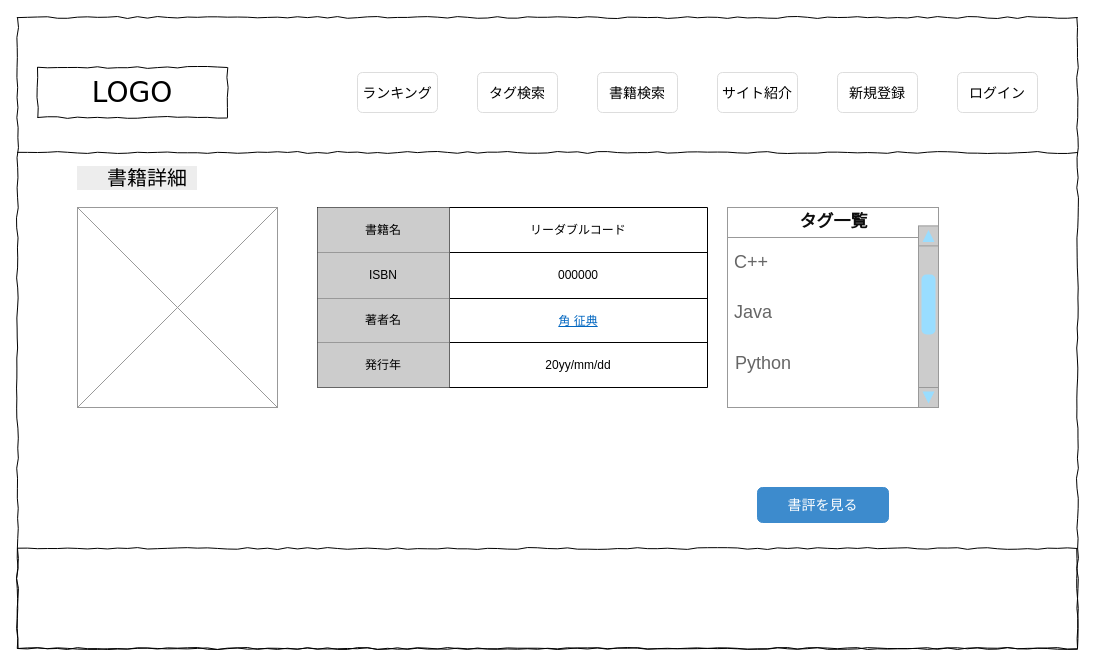
The draw.io diagram page "書籍詳細" (3 of 21) of wire_TechnicalBookReviewers_user.drawio in MitsuruYako/TechnicalBookReviewers, before the edit. Source tidied: cells renumbered, new cells numbered last; positions are measured from the earlier drawing's top-left corner, leaving out a move shared by most shapes. Both pictures are drawn from the tidied source at 100%, with x=0, y=0 at pixel (17, 17).
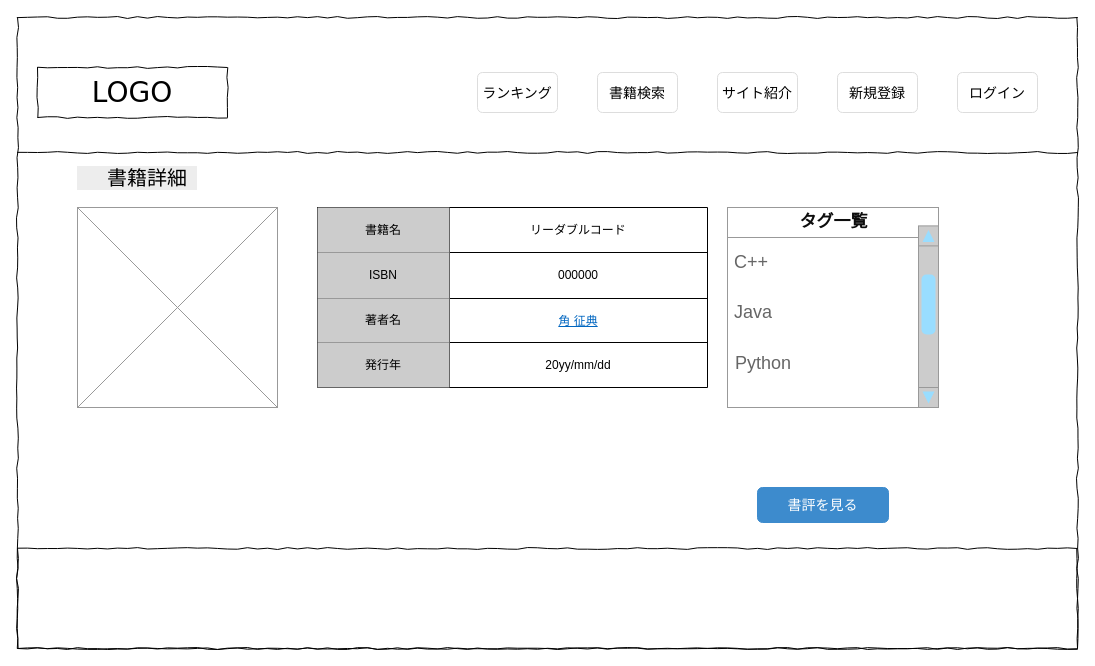
After the change.

What changed in the source:
```diff
@@
-    <mxCell id="10" value="&lt;span style=&quot;font-size: 14px&quot;&gt;タグ検索&lt;/span&gt;" style="html=1;shadow=0;dashed=0;shape=mxgraph.bootstrap.rrect;rSize=5;strokeColor=#dddddd;align=center;fontSize=16;whiteSpace=wrap;fillColor=#FFFFFF;" parent="1" vertex="1">
+    <mxCell id="10" value="&lt;span style=&quot;font-size: 14px&quot;&gt;ランキング&lt;/span&gt;" style="html=1;shadow=0;dashed=0;shape=mxgraph.bootstrap.rrect;rSize=5;strokeColor=#dddddd;align=center;fontSize=16;whiteSpace=wrap;fillColor=#FFFFFF;" parent="1" vertex="1">
       <mxGeometry x="460" y="55" width="80" height="40" as="geometry" />
     </mxCell>
-    <mxCell id="11" value="&lt;span style=&quot;font-size: 14px&quot;&gt;ランキング&lt;/span&gt;" style="html=1;shadow=0;dashed=0;shape=mxgraph.bootstrap.rrect;rSize=5;strokeColor=#dddddd;align=center;fontSize=16;whiteSpace=wrap;fillColor=#FFFFFF;" parent="1" vertex="1">
-      <mxGeometry x="340" y="55" width="80" height="40" as="geometry" />
-    </mxCell>
```
